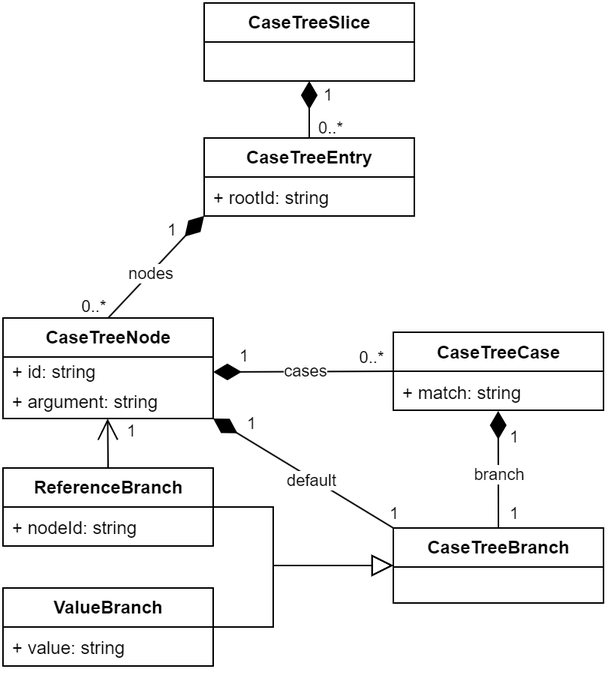
marcsek/bachelor_thesis keeps this draw.io diagram as source/images/tree-diagram.png. Above is the earlier version. Source tidied: cells renumbered, new cells last; positions are measured from the earlier drawing's top-left corner, leaving out a move shared by most shapes.
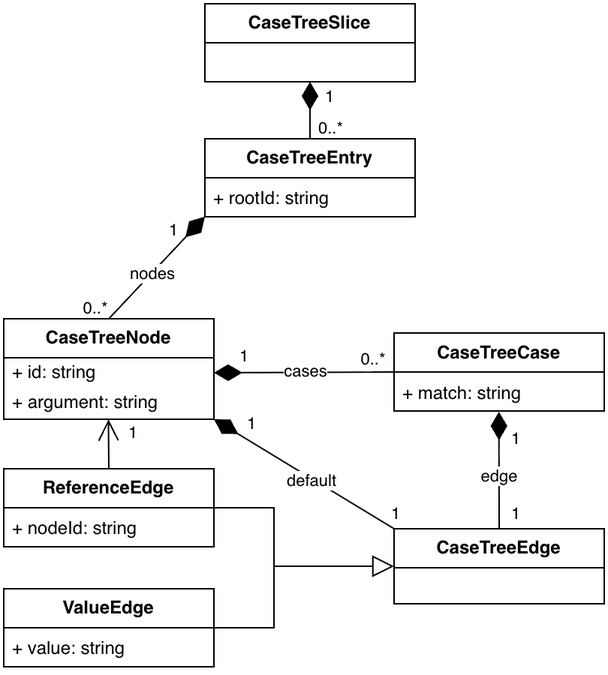
Above is the later version.

What changed in the source:
```diff
@@ -23,13 +23,13 @@
     <mxCell id="8" style="endArrow=diamondThin;endFill=1;endSize=16;html=1;rounded=0;exitX=0.5;exitY=0;exitDx=0;exitDy=0;entryX=0.5;entryY=1;entryDx=0;entryDy=0;" parent="1" edge="1" source="6" target="2">
       <mxGeometry relative="1" as="geometry" />
     </mxCell>
-    <mxCell id="9" value="&lt;b&gt;ReferenceBranch&lt;/b&gt;" style="swimlane;fontStyle=0;horizontal=1;startSize=26;fillColor=none;whiteSpace=wrap;html=1;" parent="1" vertex="1">
+    <mxCell id="9" value="&lt;b&gt;ReferenceEdge&lt;/b&gt;" style="swimlane;fontStyle=0;horizontal=1;startSize=26;fillColor=none;whiteSpace=wrap;html=1;" parent="1" vertex="1">
       <mxGeometry y="310" width="140" height="52" as="geometry" />
     </mxCell>
     <mxCell id="10" value="+ nodeId: string" style="text;strokeColor=none;fillColor=none;align=left;verticalAlign=top;spacingLeft=4;spacingRight=4;overflow=hidden;whiteSpace=wrap;html=1;" parent="9" vertex="1">
       <mxGeometry y="26" width="140" height="26" as="geometry" />
     </mxCell>
-    <mxCell id="11" value="&lt;b&gt;ValueBranch&lt;/b&gt;" style="swimlane;fontStyle=0;horizontal=1;startSize=26;fillColor=none;whiteSpace=wrap;html=1;" parent="1" vertex="1">
+    <mxCell id="11" value="&lt;b&gt;ValueEdge&lt;/b&gt;" style="swimlane;fontStyle=0;horizontal=1;startSize=26;fillColor=none;whiteSpace=wrap;html=1;" parent="1" vertex="1">
       <mxGeometry y="390" width="140" height="52" as="geometry" />
     </mxCell>
     <mxCell id="12" value="+ value: string" style="text;strokeColor=none;fillColor=none;align=left;verticalAlign=top;spacingLeft=4;spacingRight=4;overflow=hidden;whiteSpace=wrap;html=1;" parent="11" vertex="1">
@@ -119,7 +119,7 @@
         <mxPoint x="100" y="-49" as="offset" />
       </mxGeometry>
     </mxCell>
-    <mxCell id="32" value="&lt;b&gt;CaseTreeBranch&lt;/b&gt;" style="swimlane;fontStyle=0;horizontal=1;startSize=26;fillColor=none;whiteSpace=wrap;html=1;" parent="1" vertex="1">
+    <mxCell id="32" value="&lt;b&gt;CaseTreeEdge&lt;/b&gt;" style="swimlane;fontStyle=0;horizontal=1;startSize=26;fillColor=none;whiteSpace=wrap;html=1;" parent="1" vertex="1">
       <mxGeometry x="260" y="350" width="140" height="50" as="geometry" />
     </mxCell>
     <mxCell id="33" style="endArrow=diamondThin;endFill=1;endSize=16;html=1;rounded=0;exitX=0.5;exitY=0;exitDx=0;exitDy=0;entryX=0.5;entryY=1;entryDx=0;entryDy=0;" parent="1" edge="1" source="32">
@@ -127,7 +127,7 @@
         <mxPoint x="329.9" y="272" as="targetPoint" />
       </mxGeometry>
     </mxCell>
-    <mxCell id="34" value="branch" style="edgeLabel;html=1;align=center;verticalAlign=middle;" parent="33" vertex="1">
+    <mxCell id="34" value="edge" style="edgeLabel;html=1;align=center;verticalAlign=middle;" parent="33" vertex="1">
       <mxGeometry x="-0.31" relative="1" as="geometry">
         <mxPoint y="-9" as="offset" />
       </mxGeometry>
```
